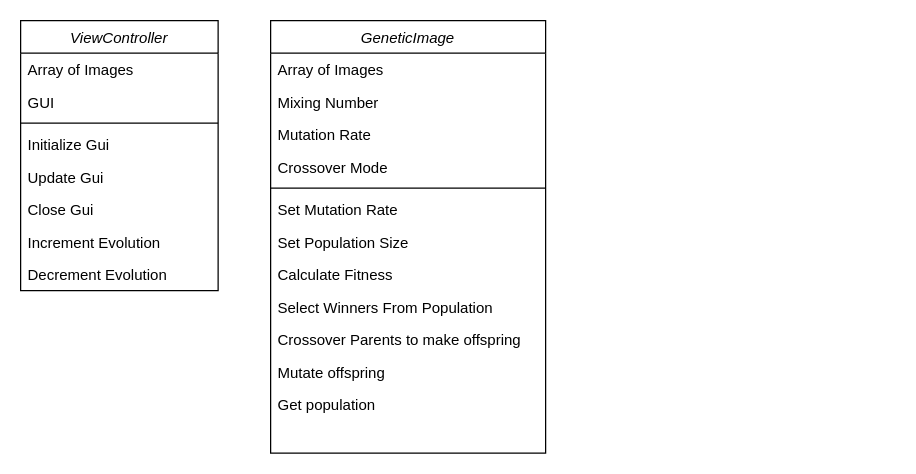
The draw.io diagram page "High Level UML" (1 of 2) of docs/UML_2_23.drawio in tone-man/hancockcraveirocanfield_3335_project2, before the edit. Source tidied: cells renumbered, new cells numbered last; positions are measured from the earlier drawing's top-left corner, leaving out a move shared by most shapes. Both pictures are drawn from the tidied source at 125%, with x=0, y=0 at pixel (20, 20).
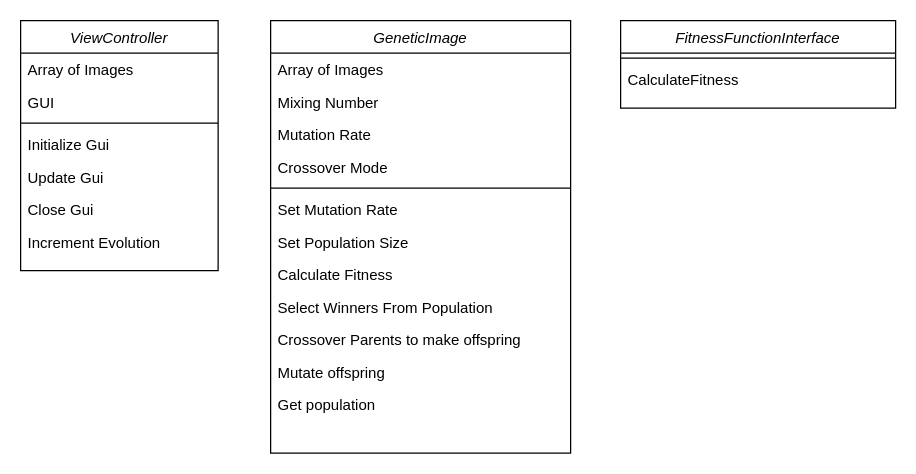
Above is the later version.

Diff of the diagram source:
```diff
@@
     <mxCell id="2" value="ViewController" style="swimlane;fontStyle=2;align=center;verticalAlign=top;horizontal=1;startSize=26;rounded=0;shadow=0;strokeWidth=1;" parent="1" vertex="1">
-      <mxGeometry width="158" height="216" as="geometry" />
+      <mxGeometry width="158" height="200" as="geometry" />
     </mxCell>
@@
-    <mxCell id="10" value="Decrement Evolution" style="text;align=left;verticalAlign=top;spacingLeft=4;spacingRight=4;overflow=hidden;" parent="2" vertex="1">
-      <mxGeometry y="190" width="158" height="26" as="geometry" />
-    </mxCell>
     <mxCell id="11" value="GeneticImage" style="swimlane;fontStyle=2;align=center;verticalAlign=top;horizontal=1;startSize=26;rounded=0;shadow=0;strokeWidth=1;" parent="1" vertex="1">
-      <mxGeometry x="200" width="220" height="346" as="geometry" />
+      <mxGeometry x="200" width="240" height="346" as="geometry" />
     </mxCell>
     <mxCell id="12" value="Array of Images" style="text;align=left;verticalAlign=top;spacingLeft=4;spacingRight=4;overflow=hidden;" parent="11" vertex="1">
-      <mxGeometry y="26" width="220" height="26" as="geometry" />
+      <mxGeometry y="26" width="240" height="26" as="geometry" />
     </mxCell>
     <mxCell id="13" value="Mixing Number" style="text;align=left;verticalAlign=top;spacingLeft=4;spacingRight=4;overflow=hidden;rounded=0;shadow=0;html=0;" parent="11" vertex="1">
-      <mxGeometry y="52" width="220" height="26" as="geometry" />
+      <mxGeometry y="52" width="240" height="26" as="geometry" />
     </mxCell>
     <mxCell id="14" value="Mutation Rate" style="text;align=left;verticalAlign=top;spacingLeft=4;spacingRight=4;overflow=hidden;" parent="11" vertex="1">
-      <mxGeometry y="78" width="220" height="26" as="geometry" />
+      <mxGeometry y="78" width="240" height="26" as="geometry" />
     </mxCell>
     <mxCell id="15" value="Crossover Mode" style="text;align=left;verticalAlign=top;spacingLeft=4;spacingRight=4;overflow=hidden;" parent="11" vertex="1">
-      <mxGeometry y="104" width="220" height="26" as="geometry" />
+      <mxGeometry y="104" width="240" height="26" as="geometry" />
     </mxCell>
     <mxCell id="16" style="line;html=1;strokeWidth=1;align=left;verticalAlign=middle;spacingTop=-1;spacingLeft=3;spacingRight=3;labelPosition=right;" parent="11" vertex="1">
-      <mxGeometry y="130" width="220" height="8" as="geometry" />
+      <mxGeometry y="130" width="240" height="8" as="geometry" />
     </mxCell>
     <mxCell id="17" value="Set Mutation Rate" style="text;align=left;verticalAlign=top;spacingLeft=4;spacingRight=4;overflow=hidden;" parent="11" vertex="1">
-      <mxGeometry y="138" width="220" height="26" as="geometry" />
+      <mxGeometry y="138" width="240" height="26" as="geometry" />
     </mxCell>
     <mxCell id="18" value="Set Population Size" style="text;align=left;verticalAlign=top;spacingLeft=4;spacingRight=4;overflow=hidden;" parent="11" vertex="1">
-      <mxGeometry y="164" width="220" height="26" as="geometry" />
+      <mxGeometry y="164" width="240" height="26" as="geometry" />
     </mxCell>
     <mxCell id="19" value="Calculate Fitness" style="text;align=left;verticalAlign=top;spacingLeft=4;spacingRight=4;overflow=hidden;" parent="11" vertex="1">
-      <mxGeometry y="190" width="220" height="26" as="geometry" />
+      <mxGeometry y="190" width="240" height="26" as="geometry" />
     </mxCell>
     <mxCell id="20" value="Select Winners From Population" style="text;align=left;verticalAlign=top;spacingLeft=4;spacingRight=4;overflow=hidden;" parent="11" vertex="1">
-      <mxGeometry y="216" width="220" height="26" as="geometry" />
+      <mxGeometry y="216" width="240" height="26" as="geometry" />
     </mxCell>
     <mxCell id="21" value="Crossover Parents to make offspring" style="text;align=left;verticalAlign=top;spacingLeft=4;spacingRight=4;overflow=hidden;" parent="11" vertex="1">
-      <mxGeometry y="242" width="220" height="26" as="geometry" />
+      <mxGeometry y="242" width="240" height="26" as="geometry" />
     </mxCell>
     <mxCell id="22" value="Mutate offspring" style="text;align=left;verticalAlign=top;spacingLeft=4;spacingRight=4;overflow=hidden;" parent="11" vertex="1">
-      <mxGeometry y="268" width="220" height="26" as="geometry" />
+      <mxGeometry y="268" width="240" height="26" as="geometry" />
     </mxCell>
     <mxCell id="23" value="Get population" style="text;align=left;verticalAlign=top;spacingLeft=4;spacingRight=4;overflow=hidden;" parent="11" vertex="1">
-      <mxGeometry y="294" width="220" height="26" as="geometry" />
+      <mxGeometry y="294" width="240" height="26" as="geometry" />
     </mxCell>
+    <mxCell id="24" value="FitnessFunctionInterface" style="swimlane;fontStyle=2;align=center;verticalAlign=top;horizontal=1;startSize=26;rounded=0;shadow=0;strokeWidth=1;" parent="1" vertex="1">
+      <mxGeometry x="480" width="220" height="70" as="geometry" />
+    </mxCell>
+    <mxCell id="25" style="line;html=1;strokeWidth=1;align=left;verticalAlign=middle;spacingTop=-1;spacingLeft=3;spacingRight=3;labelPosition=right;" parent="24" vertex="1">
+      <mxGeometry y="26" width="220" height="8" as="geometry" />
+    </mxCell>
+    <mxCell id="26" value="CalculateFitness" style="text;align=left;verticalAlign=top;spacingLeft=4;spacingRight=4;overflow=hidden;" parent="24" vertex="1">
+      <mxGeometry y="34" width="220" height="26" as="geometry" />
+    </mxCell>
```
